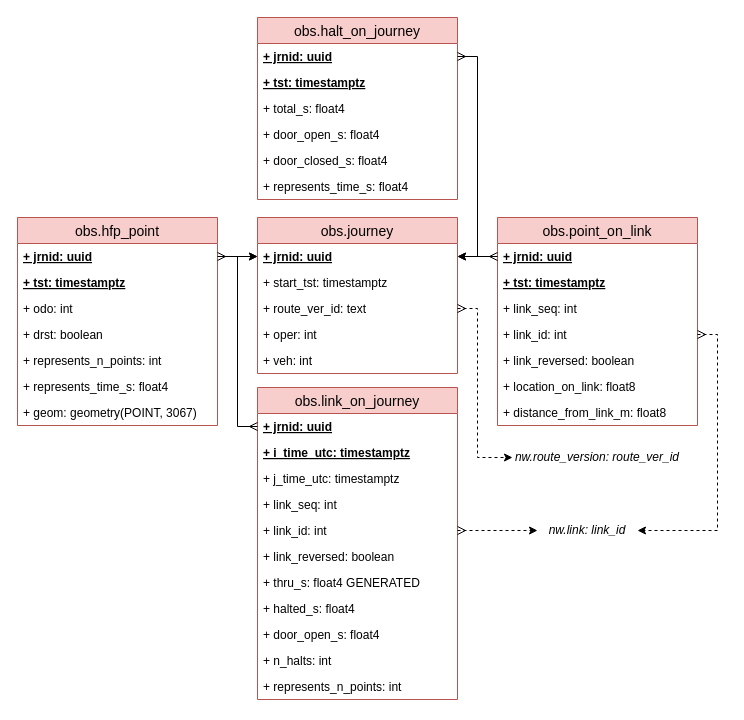
The draw.io diagram page "obs" (2 of 6) of docs/sujuikoDB.drawio in datarttu/sujuikoDB, before the edit. Source tidied: cells renumbered, new cells numbered last; positions are measured from the earlier drawing's top-left corner, leaving out a move shared by most shapes. Both pictures are drawn from the tidied source at 100%, with x=0, y=0 at pixel (17, 17).
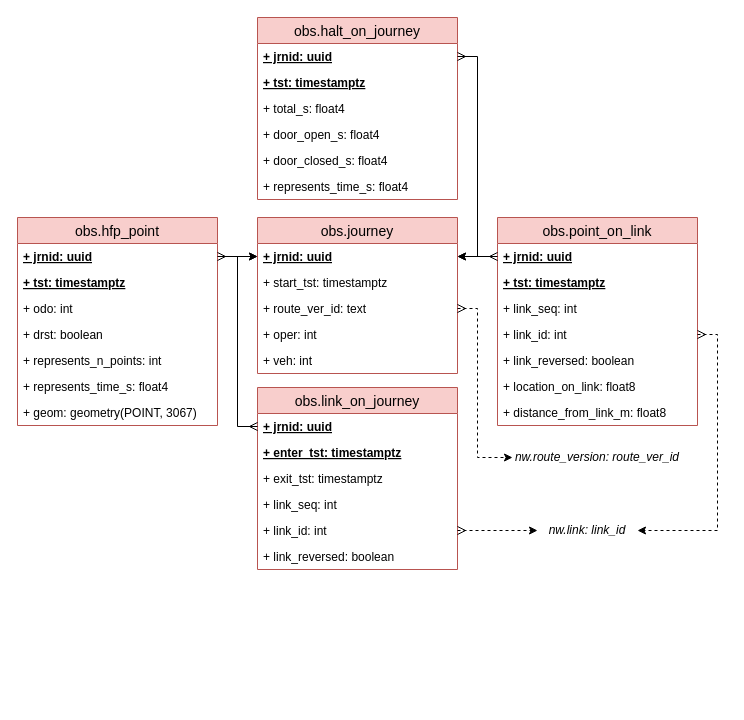
Above is the later version.

The edit, as a diff of the source:
```diff
@@
     <mxCell id="2" value="obs.link_on_journey" style="swimlane;fontStyle=0;horizontal=1;startSize=26;fillColor=#f8cecc;swimlaneFillColor=#ffffff;align=center;fontSize=14;strokeColor=#b85450;" parent="1" vertex="1">
-      <mxGeometry x="240" y="370" width="200" height="312" as="geometry" />
+      <mxGeometry x="240" y="370" width="200" height="182" as="geometry" />
     </mxCell>
@@
-    <mxCell id="4" value="+ i_time_utc: timestamptz" style="text;strokeColor=none;fillColor=none;spacingLeft=4;spacingRight=4;overflow=hidden;fontSize=12;fontStyle=5;" parent="2" vertex="1">
+    <mxCell id="4" value="+ enter_tst: timestamptz" style="text;strokeColor=none;fillColor=none;spacingLeft=4;spacingRight=4;overflow=hidden;fontSize=12;fontStyle=5;" parent="2" vertex="1">
       <mxGeometry y="52" width="200" height="26" as="geometry" />
     </mxCell>
-    <mxCell id="5" value="+ j_time_utc: timestamptz" style="text;strokeColor=none;fillColor=none;spacingLeft=4;spacingRight=4;overflow=hidden;fontSize=12;" parent="2" vertex="1">
+    <mxCell id="5" value="+ exit_tst: timestamptz" style="text;strokeColor=none;fillColor=none;spacingLeft=4;spacingRight=4;overflow=hidden;fontSize=12;" parent="2" vertex="1">
       <mxGeometry y="78" width="200" height="26" as="geometry" />
     </mxCell>
@@
-    <mxCell id="9" value="+ thru_s: float4 GENERATED" style="text;strokeColor=none;fillColor=none;spacingLeft=4;spacingRight=4;overflow=hidden;fontSize=12;" parent="2" vertex="1">
-      <mxGeometry y="182" width="200" height="26" as="geometry" />
-    </mxCell>
-    <mxCell id="10" value="+ halted_s: float4" style="text;strokeColor=none;fillColor=none;spacingLeft=4;spacingRight=4;overflow=hidden;fontSize=12;" parent="2" vertex="1">
-      <mxGeometry y="208" width="200" height="26" as="geometry" />
-    </mxCell>
-    <mxCell id="11" value="+ door_open_s: float4" style="text;strokeColor=none;fillColor=none;spacingLeft=4;spacingRight=4;overflow=hidden;fontSize=12;" parent="2" vertex="1">
-      <mxGeometry y="234" width="200" height="26" as="geometry" />
-    </mxCell>
-    <mxCell id="12" value="+ n_halts: int" style="text;strokeColor=none;fillColor=none;spacingLeft=4;spacingRight=4;overflow=hidden;fontSize=12;" parent="2" vertex="1">
-      <mxGeometry y="260" width="200" height="26" as="geometry" />
-    </mxCell>
-    <mxCell id="13" value="+ represents_n_points: int" style="text;strokeColor=none;fillColor=none;spacingLeft=4;spacingRight=4;overflow=hidden;fontSize=12;" parent="2" vertex="1">
-      <mxGeometry y="286" width="200" height="26" as="geometry" />
-    </mxCell>
```
